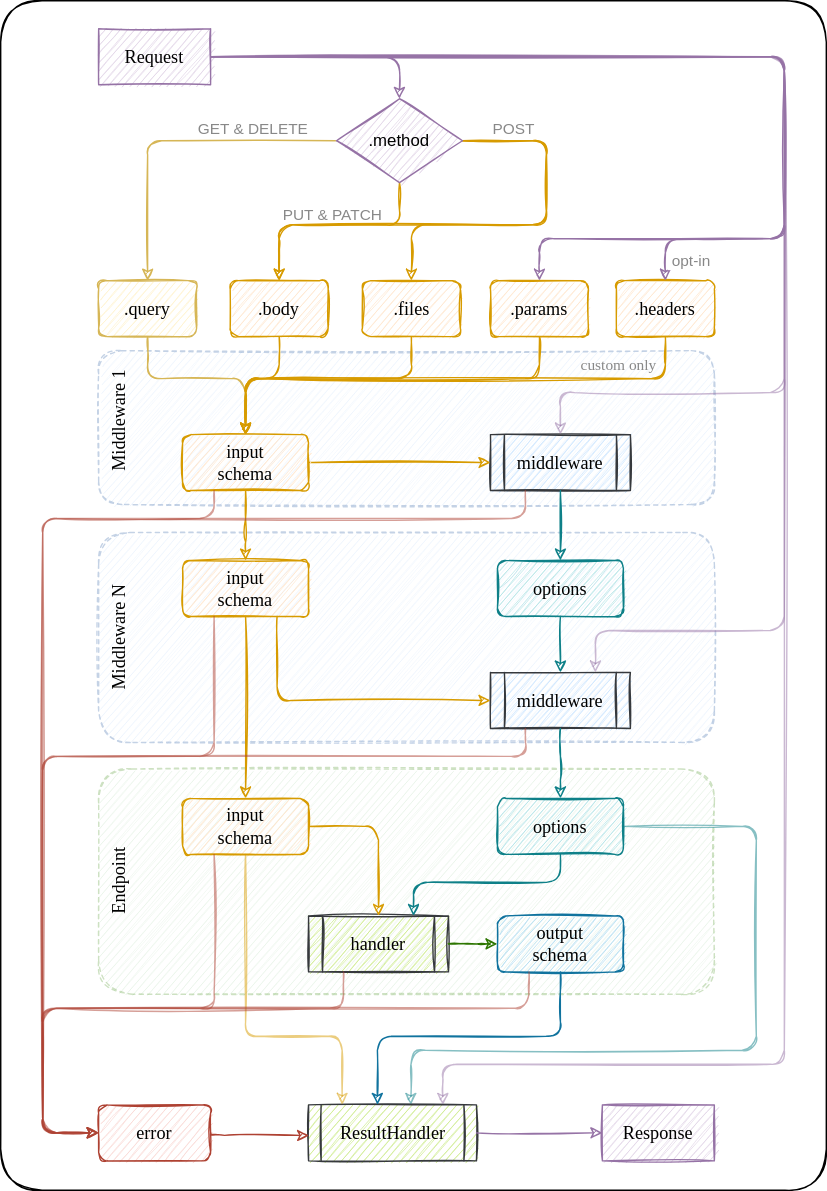
Earlier version of the draw.io export dataflow.svg (RobinTail/express-zod-api). Source tidied: cells renumbered, new cells last; positions are measured from the earlier drawing's top-left corner, leaving out a move shared by most shapes.
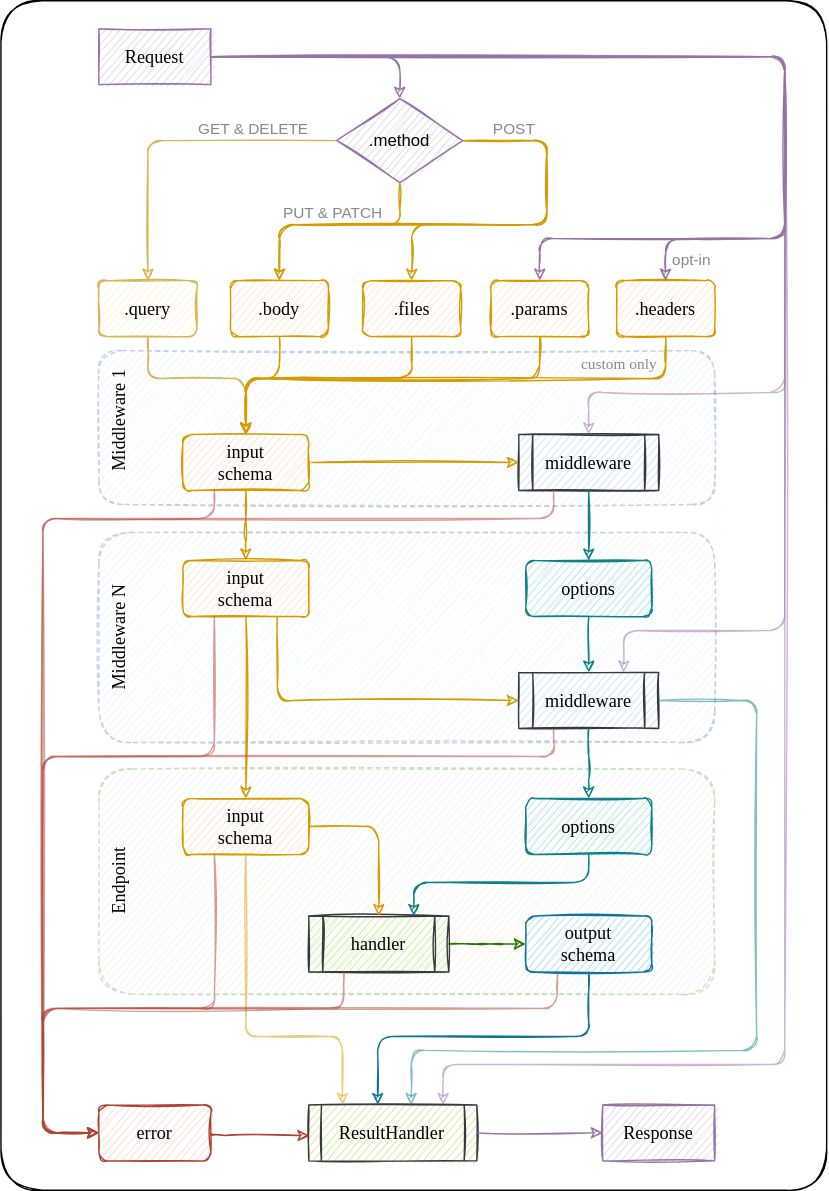
Above is the later version.

Commit message:
Diagram: relaxing and fixing the options flow to RH

Change to the diagram source:
```diff
@@ -9,13 +9,13 @@
       <mxGeometry x="70" y="549" width="440" height="161" as="geometry" />
     </mxCell>
     <mxCell id="4" value="options" style="rounded=1;fillColor=#b0e3e6;strokeColor=#0e8088;sketch=1;fontFamily=Tahoma;fontStyle=0;fontSize=13;spacingTop=0;spacing=2;html=1;whiteSpace=wrap;labelBackgroundColor=none;disableMultiStroke=0;disableMultiStrokeFill=0;sketchStyle=rough;spacingBottom=0;" parent="3" vertex="1">
-      <mxGeometry x="285" y="21" width="90" height="40" as="geometry" />
+      <mxGeometry x="305" y="21" width="90" height="40" as="geometry" />
     </mxCell>
     <mxCell id="5" value="input&lt;br style=&quot;font-size: 13px;&quot;&gt;schema" style="rounded=1;fillColor=#ffe6cc;strokeColor=#d79b00;sketch=1;fontFamily=Tahoma;fontStyle=0;fontSize=13;spacingTop=0;spacing=2;html=1;whiteSpace=wrap;labelBackgroundColor=none;disableMultiStroke=0;disableMultiStrokeFill=0;sketchStyle=rough;spacingBottom=0;" parent="3" vertex="1">
       <mxGeometry x="60" y="21" width="90" height="40" as="geometry" />
     </mxCell>
     <mxCell id="6" value="output&lt;br style=&quot;font-size: 13px;&quot;&gt;schema" style="rounded=1;fillColor=#b1ddf0;strokeColor=#10739e;sketch=1;fontFamily=Tahoma;fontStyle=0;fontSize=13;spacingTop=0;spacing=2;html=1;whiteSpace=wrap;labelBackgroundColor=none;disableMultiStroke=0;disableMultiStrokeFill=0;sketchStyle=rough;spacingBottom=0;" parent="3" vertex="1">
-      <mxGeometry x="285" y="105" width="90" height="40" as="geometry" />
+      <mxGeometry x="305" y="105" width="90" height="40" as="geometry" />
     </mxCell>
     <mxCell id="7" value="handler" style="shape=process;backgroundOutline=1;fillColor=#cdeb8b;strokeColor=#36393d;sketch=1;fontFamily=Tahoma;fontStyle=0;fontSize=13;spacingTop=0;spacing=2;html=1;whiteSpace=wrap;labelBackgroundColor=none;disableMultiStroke=0;disableMultiStrokeFill=0;sketchStyle=rough;spacingBottom=0;" parent="3" vertex="1">
       <mxGeometry x="150" y="105" width="100" height="40" as="geometry" />
@@ -38,7 +38,7 @@
     <mxCell id="10" style="endArrow=classic;jumpStyle=none;orthogonal=0;comic=0;rounded=1;edgeStyle=orthogonalEdgeStyle;exitX=0.5;exitY=1;exitDx=0;exitDy=0;entryX=0.75;entryY=0;entryDx=0;entryDy=0;fillColor=#b0e3e6;strokeColor=#0e8088;sketch=1;fontFamily=Tahoma;fontStyle=0;fontSize=13;spacingTop=0;spacing=2;html=1;labelBackgroundColor=none;disableMultiStroke=0;disableMultiStrokeFill=0;sketchStyle=rough;spacingBottom=0;" parent="3" edge="1" source="4" target="7">
       <mxGeometry relative="1" as="geometry">
         <Array as="points">
-          <mxPoint x="330" y="81" />
+          <mxPoint x="350" y="81" />
           <mxPoint x="225" y="81" />
         </Array>
       </mxGeometry>
@@ -47,15 +47,15 @@
       <mxGeometry x="70" y="380" width="440" height="150" as="geometry" />
     </mxCell>
     <mxCell id="12" value="options" style="rounded=1;fillColor=#b0e3e6;strokeColor=#0e8088;sketch=1;fontFamily=Tahoma;fontStyle=0;fontSize=13;spacingTop=0;spacing=2;html=1;whiteSpace=wrap;labelBackgroundColor=none;disableMultiStroke=0;disableMultiStrokeFill=0;sketchStyle=rough;spacingBottom=0;" parent="11" vertex="1">
-      <mxGeometry x="285" y="20" width="90" height="40" as="geometry" />
+      <mxGeometry x="305" y="20" width="90" height="40" as="geometry" />
     </mxCell>
     <mxCell id="13" value="middleware" style="shape=process;backgroundOutline=1;fillColor=#cce5ff;strokeColor=#36393d;sketch=1;fontFamily=Tahoma;fontStyle=0;fontSize=13;spacingTop=0;spacing=2;html=1;whiteSpace=wrap;labelBackgroundColor=none;disableMultiStroke=0;disableMultiStrokeFill=0;sketchStyle=rough;spacingBottom=0;" parent="11" vertex="1">
-      <mxGeometry x="280" y="100" width="100" height="40" as="geometry" />
+      <mxGeometry x="300" y="100" width="100" height="40" as="geometry" />
     </mxCell>
     <mxCell id="14" style="endArrow=classic;jumpStyle=none;orthogonal=0;comic=0;rounded=1;edgeStyle=orthogonalEdgeStyle;exitX=0.5;exitY=1;exitDx=0;exitDy=0;entryX=0.5;entryY=0;entryDx=0;entryDy=0;fillColor=#b0e3e6;strokeColor=#0e8088;sketch=1;fontFamily=Tahoma;fontStyle=0;fontSize=13;spacingTop=0;spacing=2;html=1;labelBackgroundColor=none;disableMultiStroke=0;disableMultiStrokeFill=0;sketchStyle=rough;spacingBottom=0;" parent="11" edge="1" source="12" target="13">
       <mxGeometry relative="1" as="geometry">
         <Array as="points">
-          <mxPoint x="330" y="100" />
+          <mxPoint x="350" y="100" />
         </Array>
       </mxGeometry>
     </mxCell>
@@ -73,7 +73,7 @@
       <mxGeometry x="70" y="250" width="440" height="110" as="geometry" />
     </mxCell>
     <mxCell id="18" value="middleware" style="shape=process;backgroundOutline=1;fillColor=#cce5ff;strokeColor=#36393d;sketch=1;fontFamily=Tahoma;fontStyle=0;fontSize=13;spacingTop=0;spacing=2;html=1;whiteSpace=wrap;labelBackgroundColor=none;disableMultiStroke=0;disableMultiStrokeFill=0;sketchStyle=rough;spacingBottom=0;" parent="17" vertex="1">
-      <mxGeometry x="280" y="60" width="100" height="40" as="geometry" />
+      <mxGeometry x="300" y="60" width="100" height="40" as="geometry" />
     </mxCell>
     <mxCell id="19" style="endArrow=classic;jumpStyle=none;orthogonal=0;comic=0;rounded=1;edgeStyle=orthogonalEdgeStyle;exitX=1;exitY=0.5;exitDx=0;exitDy=0;entryX=0;entryY=0.5;entryDx=0;entryDy=0;fillColor=#ffe6cc;strokeColor=#d79b00;sketch=1;fontFamily=Tahoma;fontStyle=0;fontSize=13;spacingTop=0;spacing=2;html=1;labelBackgroundColor=none;disableMultiStroke=0;disableMultiStrokeFill=0;sketchStyle=rough;spacingBottom=0;" parent="17" edge="1" source="20" target="18">
       <mxGeometry relative="1" as="geometry" />
@@ -101,8 +101,8 @@
     <mxCell id="25" style="endArrow=classic;jumpStyle=none;orthogonal=0;comic=0;rounded=1;edgeStyle=orthogonalEdgeStyle;fillColor=#b0e3e6;strokeColor=#0e8088;exitX=0.5;exitY=1;exitDx=0;exitDy=0;entryX=0.5;entryY=0;entryDx=0;entryDy=0;sketch=1;fontFamily=Tahoma;fontStyle=0;fontSize=13;spacingTop=0;spacing=2;html=1;labelBackgroundColor=none;disableMultiStroke=0;disableMultiStrokeFill=0;sketchStyle=rough;spacingBottom=0;" parent="1" edge="1" source="13" target="4">
       <mxGeometry relative="1" as="geometry">
         <Array as="points">
-          <mxPoint x="400" y="550" />
-          <mxPoint x="400" y="550" />
+          <mxPoint x="420" y="550" />
+          <mxPoint x="420" y="550" />
         </Array>
       </mxGeometry>
     </mxCell>
@@ -114,7 +114,7 @@
         <Array as="points">
           <mxPoint x="560" y="40" />
           <mxPoint x="560" y="280" />
-          <mxPoint x="400" y="280" />
+          <mxPoint x="420" y="280" />
         </Array>
       </mxGeometry>
     </mxCell>
@@ -126,7 +126,7 @@
         <Array as="points">
           <mxPoint x="560" y="40" />
           <mxPoint x="560" y="450" />
-          <mxPoint x="425" y="450" />
+          <mxPoint x="445" y="450" />
         </Array>
       </mxGeometry>
     </mxCell>
@@ -144,7 +144,7 @@
     <mxCell id="32" style="endArrow=classic;jumpStyle=none;orthogonal=0;comic=0;rounded=1;edgeStyle=orthogonalEdgeStyle;exitX=0.5;exitY=1;exitDx=0;exitDy=0;entryX=0.41;entryY=0;entryDx=0;entryDy=0;fillColor=#b1ddf0;strokeColor=#10739e;sketch=1;fontFamily=Tahoma;fontStyle=0;fontSize=13;spacingTop=0;spacing=2;html=1;labelBackgroundColor=none;disableMultiStroke=0;disableMultiStrokeFill=0;sketchStyle=rough;spacingBottom=0;entryPerimeter=0;" parent="1" edge="1" source="6" target="30">
       <mxGeometry relative="1" as="geometry">
         <Array as="points">
-          <mxPoint x="400" y="740" />
+          <mxPoint x="420" y="740" />
           <mxPoint x="269" y="740" />
         </Array>
       </mxGeometry>
@@ -170,7 +170,7 @@
     <mxCell id="37" style="endArrow=classic;jumpStyle=none;orthogonal=0;comic=0;rounded=1;edgeStyle=orthogonalEdgeStyle;exitX=0.25;exitY=1;exitDx=0;exitDy=0;fillColor=#fad9d5;strokeColor=#ae4132;entryX=0;entryY=0.5;entryDx=0;entryDy=0;sketch=1;opacity=50;fontFamily=Tahoma;fontStyle=0;fontSize=13;spacingTop=0;spacing=2;html=1;labelBackgroundColor=none;disableMultiStroke=0;disableMultiStrokeFill=0;sketchStyle=rough;spacingBottom=0;" parent="1" edge="1" source="18" target="36">
       <mxGeometry relative="1" as="geometry">
         <Array as="points">
-          <mxPoint x="375" y="370" />
+          <mxPoint x="395" y="370" />
           <mxPoint x="30" y="370" />
           <mxPoint x="30" y="809" />
         </Array>
@@ -179,7 +179,7 @@
     <mxCell id="38" style="endArrow=classic;jumpStyle=none;orthogonal=0;comic=0;rounded=1;edgeStyle=orthogonalEdgeStyle;exitX=0.25;exitY=1;exitDx=0;exitDy=0;fillColor=#fad9d5;strokeColor=#ae4132;entryX=0;entryY=0.5;entryDx=0;entryDy=0;sketch=1;opacity=50;fontFamily=Tahoma;fontStyle=0;fontSize=13;spacingTop=0;spacing=2;html=1;labelBackgroundColor=none;disableMultiStroke=0;disableMultiStrokeFill=0;sketchStyle=rough;spacingBottom=0;" parent="1" edge="1" source="13" target="36">
       <mxGeometry relative="1" as="geometry">
         <Array as="points">
-          <mxPoint x="375" y="540" />
+          <mxPoint x="395" y="540" />
           <mxPoint x="30" y="540" />
           <mxPoint x="30" y="809" />
         </Array>
@@ -274,7 +274,7 @@
     <mxCell id="50" style="endArrow=classic;jumpStyle=none;orthogonal=0;comic=0;rounded=1;edgeStyle=orthogonalEdgeStyle;exitX=0.25;exitY=1;exitDx=0;exitDy=0;fillColor=#fad9d5;strokeColor=#ae4132;entryX=0;entryY=0.5;entryDx=0;entryDy=0;sketch=1;opacity=50;fontFamily=Tahoma;fontStyle=0;fontSize=13;spacingTop=0;spacing=2;html=1;labelBackgroundColor=none;disableMultiStroke=0;disableMultiStrokeFill=0;sketchStyle=rough;spacingBottom=0;" parent="1" edge="1" source="6" target="36">
       <mxGeometry relative="1" as="geometry">
         <Array as="points">
-          <mxPoint x="377" y="720" />
+          <mxPoint x="398" y="720" />
           <mxPoint x="30" y="720" />
           <mxPoint x="30" y="809" />
         </Array>
@@ -358,10 +358,10 @@
         </Array>
       </mxGeometry>
     </mxCell>
-    <mxCell id="64" style="endArrow=classic;jumpStyle=none;orthogonal=0;comic=0;rounded=1;edgeStyle=orthogonalEdgeStyle;fillColor=#b0e3e6;strokeColor=#0e8088;exitX=1;exitY=0.5;exitDx=0;exitDy=0;entryX=0.61;entryY=0;entryDx=0;entryDy=0;sketch=1;fontFamily=Tahoma;fontStyle=0;fontSize=13;spacingTop=0;spacing=2;html=1;labelBackgroundColor=none;disableMultiStroke=0;disableMultiStrokeFill=0;sketchStyle=rough;spacingBottom=0;entryPerimeter=0;opacity=50;" parent="1" edge="1" source="4" target="30">
+    <mxCell id="64" style="endArrow=classic;jumpStyle=none;orthogonal=0;comic=0;rounded=1;edgeStyle=orthogonalEdgeStyle;fillColor=#b0e3e6;strokeColor=#0e8088;exitX=1;exitY=0.5;exitDx=0;exitDy=0;entryX=0.61;entryY=0;entryDx=0;entryDy=0;sketch=1;fontFamily=Tahoma;fontStyle=0;fontSize=13;spacingTop=0;spacing=2;html=1;labelBackgroundColor=none;disableMultiStroke=0;disableMultiStrokeFill=0;sketchStyle=rough;spacingBottom=0;entryPerimeter=0;opacity=50;" parent="1" edge="1" source="13" target="30">
       <mxGeometry relative="1" as="geometry">
         <Array as="points">
-          <mxPoint x="540" y="590" />
+          <mxPoint x="540" y="500" />
           <mxPoint x="540" y="750" />
           <mxPoint x="293" y="750" />
         </Array>
```
